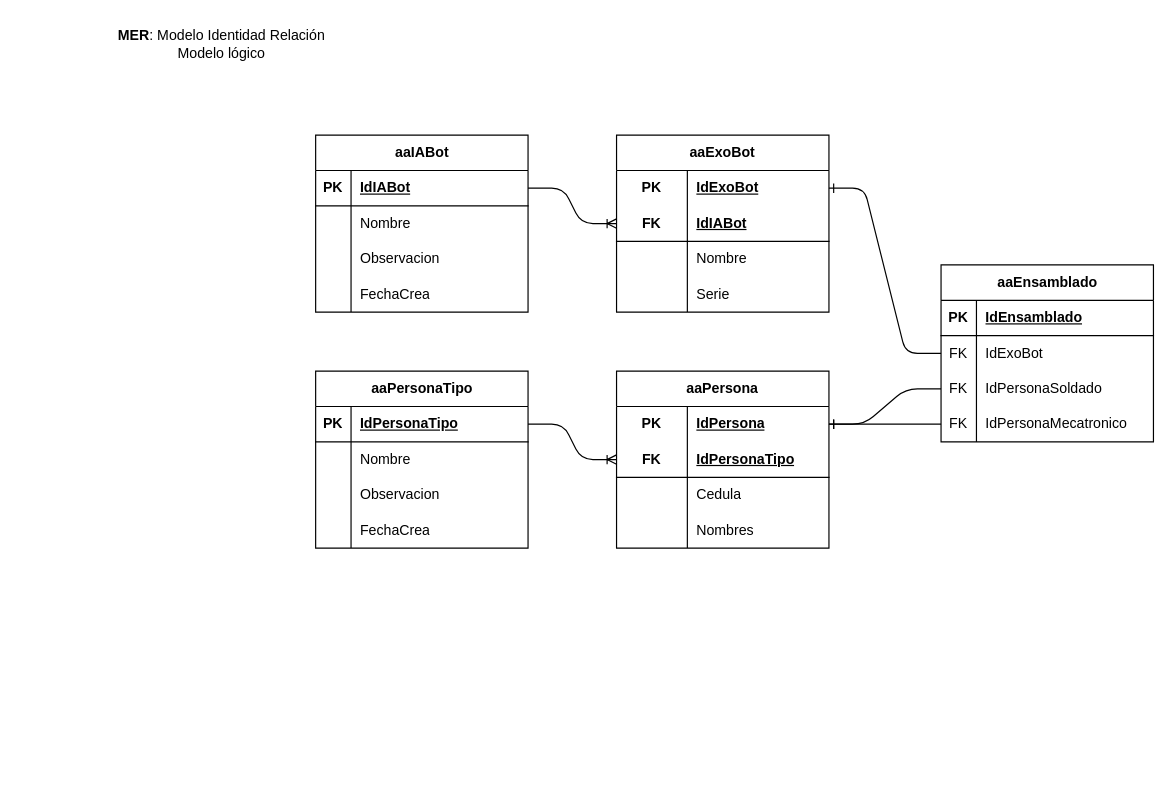
Above: design/aaDiagramaMer.dio in Anthonio16/EXOBOT (draw.io), before the change. Source tidied: cells renumbered, new cells numbered last; positions are measured from the earlier drawing's top-left corner, leaving out a move shared by most shapes. Both pictures are drawn from the tidied source at 118%, with x=0, y=0 at pixel (103, 20).
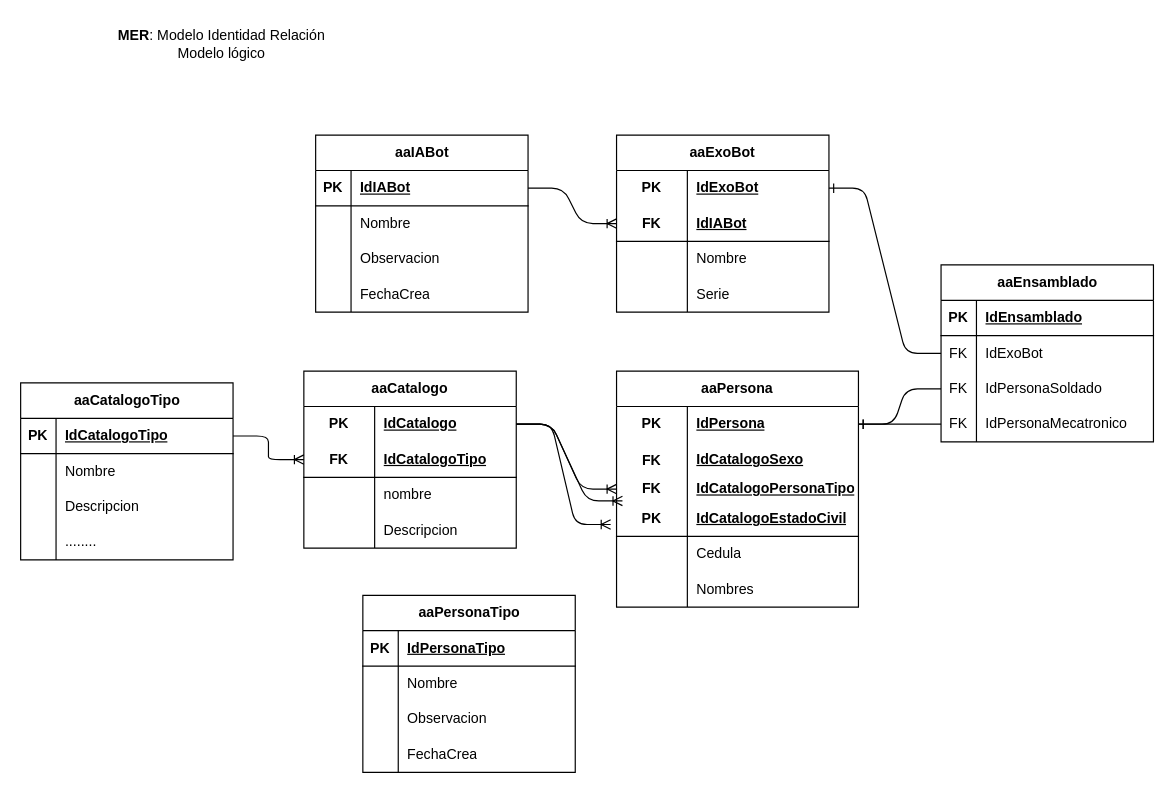
The same diagram, later.

Unchanged cells that the change refers to:
```xml
<mxCell id="16" style="shape=tableRow;horizontal=0;startSize=0;swimlaneHead=0;swimlaneBody=0;fillColor=none;points=[[0,0.5],[1,0.5]];portConstraint=eastwest;top=0;left=0;right=0;bottom=1;" parent="15" vertex="1">
  <mxGeometry y="30" width="180" height="30" as="geometry" />
</mxCell>
```

Diff of the diagram source:
```diff
@@
     <mxCell id="15" value="aaPersonaTipo" style="shape=table;startSize=30;childLayout=tableLayout;rowLines=0;fontStyle=1;align=center;html=1;" parent="1" vertex="1">
-      <mxGeometry x="180" y="297" width="180" height="150" as="geometry" />
+      <mxGeometry x="220" y="487" width="180" height="150" as="geometry" />
     </mxCell>
@@
     <mxCell id="41" value="&lt;span style=&quot;color: rgb(0, 0, 0); text-wrap-mode: nowrap;&quot;&gt;aaPersona&lt;/span&gt;" style="shape=table;startSize=30;childLayout=tableLayout;rowLines=0;fontStyle=1;align=center;html=1;whiteSpace=wrap;" parent="1" vertex="1">
-      <mxGeometry x="435" y="297" width="180" height="150" as="geometry" />
+      <mxGeometry x="435" y="297" width="205" height="200" as="geometry" />
     </mxCell>
     <mxCell id="42" style="shape=tableRow;horizontal=0;startSize=0;swimlaneHead=0;swimlaneBody=0;fillColor=none;points=[[0,0.5],[1,0.5]];portConstraint=eastwest;top=0;left=0;right=0;bottom=0;html=1;" parent="41" vertex="1">
-      <mxGeometry y="30" width="180" height="30" as="geometry" />
+      <mxGeometry y="30" width="205" height="30" as="geometry" />
     </mxCell>
@@
     <mxCell id="44" value="&lt;span style=&quot;color: rgb(0, 0, 0);&quot;&gt;IdPersona&lt;/span&gt;" style="shape=partialRectangle;fillColor=none;top=0;left=0;bottom=0;right=0;align=left;spacingLeft=6;fontStyle=5;overflow=hidden;html=1;whiteSpace=wrap;" parent="42" vertex="1">
-      <mxGeometry x="60" width="120" height="30" as="geometry" />
+      <mxGeometry x="60" width="145" height="30" as="geometry" />
     </mxCell>
     <mxCell id="45" style="shape=tableRow;horizontal=0;startSize=0;swimlaneHead=0;swimlaneBody=0;fillColor=none;points=[[0,0.5],[1,0.5]];portConstraint=eastwest;top=0;left=0;right=0;bottom=1;html=1;" parent="41" vertex="1">
-      <mxGeometry y="60" width="180" height="30" as="geometry" />
+      <mxGeometry y="60" width="205" height="80" as="geometry" />
     </mxCell>
-    <mxCell id="46" value="FK" style="shape=partialRectangle;fillColor=none;top=0;left=0;bottom=0;right=0;fontStyle=1;overflow=hidden;html=1;whiteSpace=wrap;" parent="45" vertex="1">
-      <mxGeometry width="60" height="30" as="geometry" />
+    <mxCell id="46" value="&lt;span style=&quot;color: rgb(0, 0, 0);&quot;&gt;FK&lt;/span&gt;" style="shape=partialRectangle;fillColor=none;top=0;left=0;bottom=0;right=0;fontStyle=1;overflow=hidden;html=1;whiteSpace=wrap;" parent="45" vertex="1">
+      <mxGeometry width="60" height="80" as="geometry" />
     </mxCell>
-    <mxCell id="47" value="&lt;span style=&quot;color: rgb(0, 0, 0);&quot;&gt;IdPersonaTipo&lt;/span&gt;" style="shape=partialRectangle;fillColor=none;top=0;left=0;bottom=0;right=0;align=left;spacingLeft=6;fontStyle=5;overflow=hidden;html=1;whiteSpace=wrap;" parent="45" vertex="1">
-      <mxGeometry x="60" width="120" height="30" as="geometry" />
+    <mxCell id="47" value="&lt;span style=&quot;color: rgb(0, 0, 0);&quot;&gt;IdCatalogoPersonaTipo&lt;/span&gt;" style="shape=partialRectangle;fillColor=none;top=0;left=0;bottom=0;right=0;align=left;spacingLeft=6;fontStyle=5;overflow=hidden;html=1;whiteSpace=wrap;" parent="45" vertex="1">
+      <mxGeometry x="60" width="145" height="80" as="geometry" />
     </mxCell>
     <mxCell id="48" style="shape=tableRow;horizontal=0;startSize=0;swimlaneHead=0;swimlaneBody=0;fillColor=none;top=0;left=0;right=0;bottom=0;html=1;" parent="41" vertex="1">
-      <mxGeometry y="90" width="180" height="30" as="geometry" />
+      <mxGeometry y="140" width="205" height="30" as="geometry" />
     </mxCell>
@@
     <mxCell id="50" value="Cedula" style="shape=partialRectangle;fillColor=none;top=0;left=0;bottom=0;right=0;align=left;spacingLeft=6;overflow=hidden;html=1;whiteSpace=wrap;" parent="48" vertex="1">
-      <mxGeometry x="60" width="120" height="30" as="geometry" />
+      <mxGeometry x="60" width="145" height="30" as="geometry" />
     </mxCell>
     <mxCell id="51" style="shape=tableRow;horizontal=0;startSize=0;swimlaneHead=0;swimlaneBody=0;fillColor=none;top=0;left=0;right=0;bottom=0;html=1;" parent="41" vertex="1">
-      <mxGeometry y="120" width="180" height="30" as="geometry" />
+      <mxGeometry y="170" width="205" height="30" as="geometry" />
     </mxCell>
@@
     <mxCell id="53" value="&lt;span style=&quot;color: rgb(0, 0, 0);&quot;&gt;Nombres&lt;/span&gt;" style="shape=partialRectangle;fillColor=none;top=0;left=0;bottom=0;right=0;align=left;spacingLeft=6;overflow=hidden;html=1;whiteSpace=wrap;" parent="51" vertex="1">
-      <mxGeometry x="60" width="120" height="30" as="geometry" />
+      <mxGeometry x="60" width="145" height="30" as="geometry" />
     </mxCell>
@@
-    <mxCell id="68" style="edgeStyle=entityRelationEdgeStyle;fontSize=12;html=1;endArrow=ERoneToMany;exitX=1;exitY=0.5;exitDx=0;exitDy=0;entryX=0;entryY=0.5;entryDx=0;entryDy=0;" parent="1" edge="1" source="16" target="45">
+    <mxCell id="68" style="edgeStyle=entityRelationEdgeStyle;fontSize=12;html=1;endArrow=ERoneToMany;exitX=1;exitY=0.5;exitDx=0;exitDy=0;entryX=0;entryY=0.5;entryDx=0;entryDy=0;" parent="1" edge="1" source="87" target="45">
       <mxGeometry relative="1" as="geometry" />
     </mxCell>
@@
+    <mxCell id="73" value="aaCatalogoTipo" style="shape=table;startSize=30;childLayout=tableLayout;rowLines=0;fontStyle=1;align=center;html=1;" parent="1" vertex="1">
+      <mxGeometry x="-70" y="307" width="180" height="150" as="geometry" />
+    </mxCell>
+    <mxCell id="74" style="shape=tableRow;horizontal=0;startSize=0;swimlaneHead=0;swimlaneBody=0;fillColor=none;points=[[0,0.5],[1,0.5]];portConstraint=eastwest;top=0;left=0;right=0;bottom=1;" parent="73" vertex="1">
+      <mxGeometry y="30" width="180" height="30" as="geometry" />
+    </mxCell>
+    <mxCell id="75" value="PK" style="shape=partialRectangle;fillColor=none;top=0;left=0;bottom=0;right=0;fontStyle=1;overflow=hidden;whiteSpace=wrap;html=1;" parent="74" vertex="1">
+      <mxGeometry width="30" height="30" as="geometry" />
+    </mxCell>
+    <mxCell id="76" value="IdCatalogoTipo" style="shape=partialRectangle;fillColor=none;top=0;left=0;bottom=0;right=0;align=left;spacingLeft=6;fontStyle=5;overflow=hidden;whiteSpace=wrap;html=1;" parent="74" vertex="1">
+      <mxGeometry x="30" width="150" height="30" as="geometry" />
+    </mxCell>
+    <mxCell id="77" style="shape=tableRow;horizontal=0;startSize=0;swimlaneHead=0;swimlaneBody=0;fillColor=none;top=0;left=0;right=0;bottom=0;" parent="73" vertex="1">
+      <mxGeometry y="60" width="180" height="30" as="geometry" />
+    </mxCell>
+    <mxCell id="78" style="shape=partialRectangle;fillColor=none;top=0;left=0;bottom=0;right=0;overflow=hidden;whiteSpace=wrap;html=1;" parent="77" vertex="1">
+      <mxGeometry width="30" height="30" as="geometry" />
+    </mxCell>
+    <mxCell id="79" value="Nombre" style="shape=partialRectangle;fillColor=none;top=0;left=0;bottom=0;right=0;align=left;spacingLeft=6;overflow=hidden;whiteSpace=wrap;html=1;" parent="77" vertex="1">
+      <mxGeometry x="30" width="150" height="30" as="geometry" />
+    </mxCell>
+    <mxCell id="80" style="shape=tableRow;horizontal=0;startSize=0;swimlaneHead=0;swimlaneBody=0;fillColor=none;top=0;left=0;right=0;bottom=0;" parent="73" vertex="1">
+      <mxGeometry y="90" width="180" height="30" as="geometry" />
+    </mxCell>
+    <mxCell id="81" style="shape=partialRectangle;fillColor=none;top=0;left=0;bottom=0;right=0;overflow=hidden;whiteSpace=wrap;html=1;" parent="80" vertex="1">
+      <mxGeometry width="30" height="30" as="geometry" />
+    </mxCell>
+    <mxCell id="82" value="Descripcion" style="shape=partialRectangle;fillColor=none;top=0;left=0;bottom=0;right=0;align=left;spacingLeft=6;overflow=hidden;whiteSpace=wrap;html=1;" parent="80" vertex="1">
+      <mxGeometry x="30" width="150" height="30" as="geometry" />
+    </mxCell>
+    <mxCell id="83" style="shape=tableRow;horizontal=0;startSize=0;swimlaneHead=0;swimlaneBody=0;fillColor=none;top=0;left=0;right=0;bottom=0;" parent="73" vertex="1">
+      <mxGeometry y="120" width="180" height="30" as="geometry" />
+    </mxCell>
+    <mxCell id="84" style="shape=partialRectangle;fillColor=none;top=0;left=0;bottom=0;right=0;overflow=hidden;whiteSpace=wrap;html=1;" parent="83" vertex="1">
+      <mxGeometry width="30" height="30" as="geometry" />
+    </mxCell>
+    <mxCell id="85" value="........" style="shape=partialRectangle;fillColor=none;top=0;left=0;bottom=0;right=0;align=left;spacingLeft=6;overflow=hidden;whiteSpace=wrap;html=1;" parent="83" vertex="1">
+      <mxGeometry x="30" width="150" height="30" as="geometry" />
+    </mxCell>
+    <mxCell id="86" value="&lt;span style=&quot;color: rgb(0, 0, 0); text-wrap-mode: nowrap;&quot;&gt;aaCatalogo&lt;/span&gt;" style="shape=table;startSize=30;childLayout=tableLayout;rowLines=0;fontStyle=1;align=center;html=1;whiteSpace=wrap;" parent="1" vertex="1">
+      <mxGeometry x="170" y="297" width="180" height="150" as="geometry" />
+    </mxCell>
+    <mxCell id="87" style="shape=tableRow;horizontal=0;startSize=0;swimlaneHead=0;swimlaneBody=0;fillColor=none;points=[[0,0.5],[1,0.5]];portConstraint=eastwest;top=0;left=0;right=0;bottom=0;html=1;" parent="86" vertex="1">
+      <mxGeometry y="30" width="180" height="30" as="geometry" />
+    </mxCell>
+    <mxCell id="88" value="PK" style="shape=partialRectangle;fillColor=none;top=0;left=0;bottom=0;right=0;fontStyle=1;overflow=hidden;html=1;whiteSpace=wrap;" parent="87" vertex="1">
+      <mxGeometry width="60" height="30" as="geometry" />
+    </mxCell>
+    <mxCell id="89" value="&lt;span style=&quot;color: rgb(0, 0, 0);&quot;&gt;IdCatalogo&lt;/span&gt;" style="shape=partialRectangle;fillColor=none;top=0;left=0;bottom=0;right=0;align=left;spacingLeft=6;fontStyle=5;overflow=hidden;html=1;whiteSpace=wrap;" parent="87" vertex="1">
+      <mxGeometry x="60" width="120" height="30" as="geometry" />
+    </mxCell>
+    <mxCell id="90" style="shape=tableRow;horizontal=0;startSize=0;swimlaneHead=0;swimlaneBody=0;fillColor=none;points=[[0,0.5],[1,0.5]];portConstraint=eastwest;top=0;left=0;right=0;bottom=1;html=1;" parent="86" vertex="1">
+      <mxGeometry y="60" width="180" height="30" as="geometry" />
+    </mxCell>
+    <mxCell id="91" value="FK" style="shape=partialRectangle;fillColor=none;top=0;left=0;bottom=0;right=0;fontStyle=1;overflow=hidden;html=1;whiteSpace=wrap;" parent="90" vertex="1">
+      <mxGeometry width="60" height="30" as="geometry" />
+    </mxCell>
+    <mxCell id="92" value="&lt;span style=&quot;color: rgb(0, 0, 0);&quot;&gt;IdCatalogoTipo&lt;/span&gt;" style="shape=partialRectangle;fillColor=none;top=0;left=0;bottom=0;right=0;align=left;spacingLeft=6;fontStyle=5;overflow=hidden;html=1;whiteSpace=wrap;" parent="90" vertex="1">
+      <mxGeometry x="60" width="120" height="30" as="geometry" />
+    </mxCell>
+    <mxCell id="93" style="shape=tableRow;horizontal=0;startSize=0;swimlaneHead=0;swimlaneBody=0;fillColor=none;top=0;left=0;right=0;bottom=0;html=1;" parent="86" vertex="1">
+      <mxGeometry y="90" width="180" height="30" as="geometry" />
+    </mxCell>
+    <mxCell id="94" style="shape=partialRectangle;fillColor=none;top=0;left=0;bottom=0;right=0;overflow=hidden;html=1;whiteSpace=wrap;" parent="93" vertex="1">
+      <mxGeometry width="60" height="30" as="geometry" />
+    </mxCell>
+    <mxCell id="95" value="nombre" style="shape=partialRectangle;fillColor=none;top=0;left=0;bottom=0;right=0;align=left;spacingLeft=6;overflow=hidden;html=1;whiteSpace=wrap;" parent="93" vertex="1">
+      <mxGeometry x="60" width="120" height="30" as="geometry" />
+    </mxCell>
+    <mxCell id="96" style="shape=tableRow;horizontal=0;startSize=0;swimlaneHead=0;swimlaneBody=0;fillColor=none;top=0;left=0;right=0;bottom=0;html=1;" parent="86" vertex="1">
+      <mxGeometry y="120" width="180" height="30" as="geometry" />
+    </mxCell>
+    <mxCell id="97" style="shape=partialRectangle;fillColor=none;top=0;left=0;bottom=0;right=0;overflow=hidden;html=1;whiteSpace=wrap;" parent="96" vertex="1">
+      <mxGeometry width="60" height="30" as="geometry" />
+    </mxCell>
+    <mxCell id="98" value="&lt;span style=&quot;color: rgb(0, 0, 0);&quot;&gt;Descripcion&lt;/span&gt;" style="shape=partialRectangle;fillColor=none;top=0;left=0;bottom=0;right=0;align=left;spacingLeft=6;overflow=hidden;html=1;whiteSpace=wrap;" parent="96" vertex="1">
+      <mxGeometry x="60" width="120" height="30" as="geometry" />
+    </mxCell>
+    <mxCell id="99" style="edgeStyle=entityRelationEdgeStyle;fontSize=12;html=1;endArrow=ERoneToMany;exitX=1;exitY=0.5;exitDx=0;exitDy=0;entryX=0;entryY=0.5;entryDx=0;entryDy=0;" parent="1" edge="1" source="74" target="90">
+      <mxGeometry relative="1" as="geometry" />
+    </mxCell>
+    <mxCell id="100" value="&lt;span style=&quot;color: rgb(0, 0, 0);&quot;&gt;IdCatalogoSexo&lt;/span&gt;" style="shape=partialRectangle;fillColor=none;top=0;left=0;bottom=0;right=0;align=left;spacingLeft=6;fontStyle=5;overflow=hidden;html=1;whiteSpace=wrap;" parent="1" vertex="1">
+      <mxGeometry x="495" y="357" width="145" height="30" as="geometry" />
+    </mxCell>
+    <mxCell id="101" value="&lt;span style=&quot;color: rgb(0, 0, 0);&quot;&gt;FK&lt;/span&gt;" style="shape=partialRectangle;fillColor=none;top=0;left=0;bottom=0;right=0;fontStyle=1;overflow=hidden;html=1;whiteSpace=wrap;" parent="1" vertex="1">
+      <mxGeometry x="435" y="347" width="60" height="52.5" as="geometry" />
+    </mxCell>
+    <mxCell id="102" value="PK" style="shape=partialRectangle;fillColor=none;top=0;left=0;bottom=0;right=0;fontStyle=1;overflow=hidden;html=1;whiteSpace=wrap;" parent="1" vertex="1">
+      <mxGeometry x="435" y="407" width="60" height="30" as="geometry" />
+    </mxCell>
+    <mxCell id="103" value="&lt;span style=&quot;color: rgb(0, 0, 0);&quot;&gt;IdCatalogoEstadoCivil&lt;/span&gt;" style="shape=partialRectangle;fillColor=none;top=0;left=0;bottom=0;right=0;align=left;spacingLeft=6;fontStyle=5;overflow=hidden;html=1;whiteSpace=wrap;" parent="1" vertex="1">
+      <mxGeometry x="495" y="407" width="145" height="30" as="geometry" />
+    </mxCell>
+    <mxCell id="104" style="edgeStyle=entityRelationEdgeStyle;fontSize=12;html=1;endArrow=ERoneToMany;exitX=1;exitY=0.5;exitDx=0;exitDy=0;" parent="1" edge="1" source="87">
+      <mxGeometry relative="1" as="geometry">
+        <mxPoint x="440" y="407" as="targetPoint" />
+      </mxGeometry>
+    </mxCell>
+    <mxCell id="105" style="edgeStyle=entityRelationEdgeStyle;fontSize=12;html=1;endArrow=ERoneToMany;exitX=1;exitY=0.5;exitDx=0;exitDy=0;" parent="1" edge="1" source="87">
+      <mxGeometry relative="1" as="geometry">
+        <mxPoint x="430" y="427" as="targetPoint" />
+      </mxGeometry>
+    </mxCell>
```
